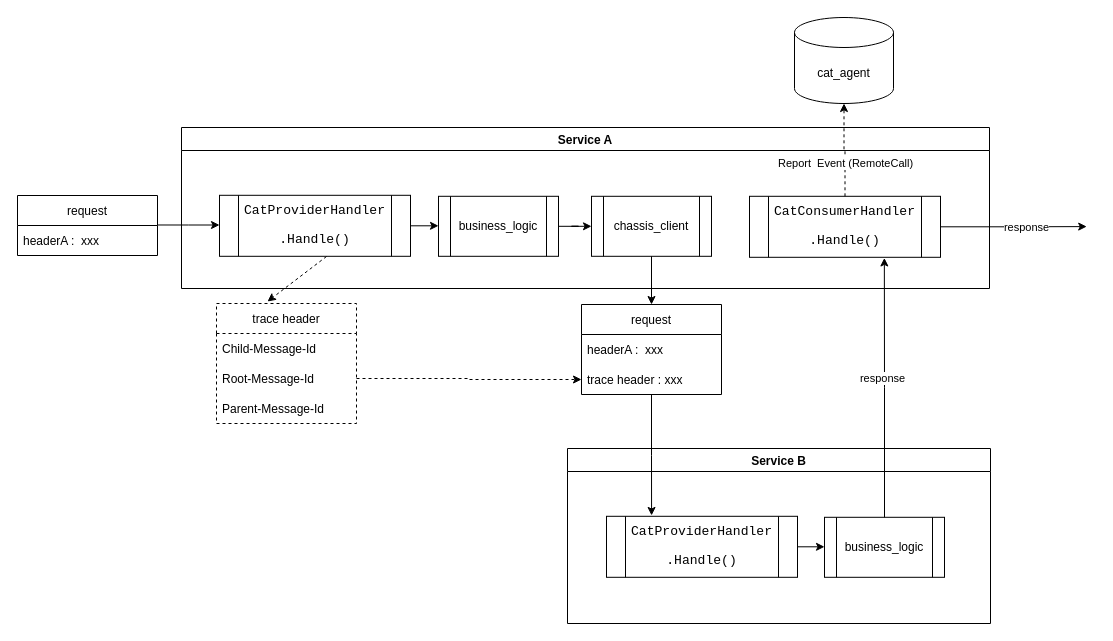
The draw.io diagram cat_chain.drawio in yindongjun/drawio-2, before the edit. Source tidied: cells renumbered, new cells numbered last; positions are measured from the earlier drawing's top-left corner, leaving out a move shared by most shapes. Both pictures are drawn from the tidied source at 100%, with x=0, y=0 at pixel (17, 17).
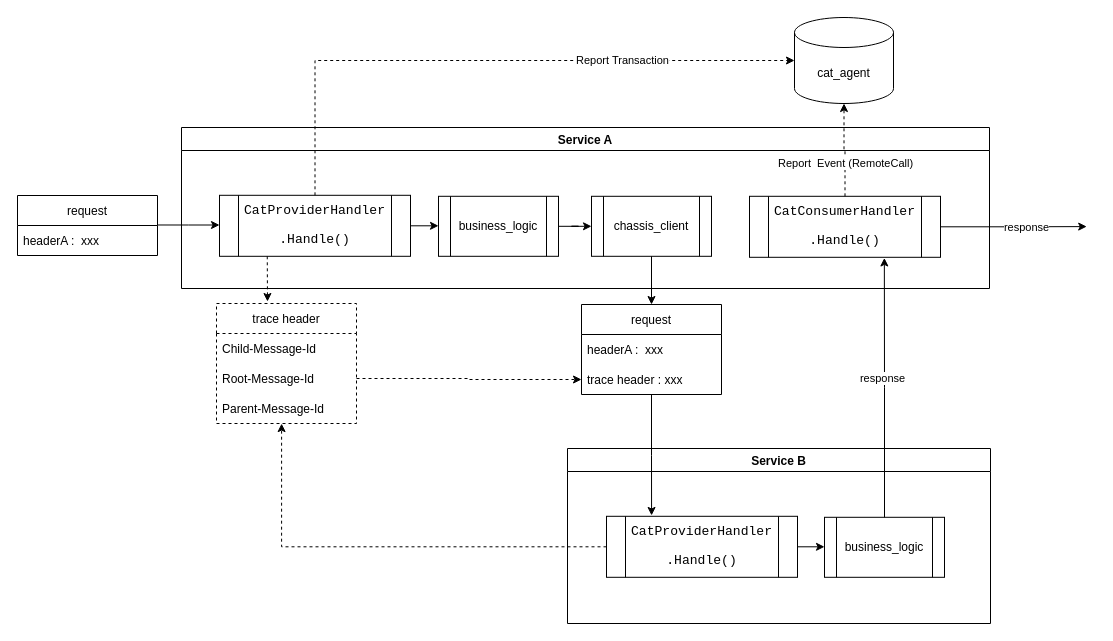
Above is the later version.

Unchanged cells that the change refers to:
```xml
<mxCell id="4" value="Service A" style="swimlane;" parent="1" vertex="1">
  <mxGeometry x="164" y="110" width="808" height="161" as="geometry" />
</mxCell>
<mxCell id="6" value="&lt;pre style=&quot;background-color: #ffffff ; color: #080808 ; font-family: &amp;#34;jetbrains mono&amp;#34; , monospace ; font-size: 9.8pt&quot;&gt;&lt;span style=&quot;color: #000000&quot;&gt;CatProviderHandler&lt;/span&gt;&lt;/pre&gt;&lt;pre style=&quot;background-color: #ffffff ; color: #080808 ; font-family: &amp;#34;jetbrains mono&amp;#34; , monospace ; font-size: 9.8pt&quot;&gt;&lt;span style=&quot;color: #000000&quot;&gt;.Handle()&lt;/span&gt;&lt;/pre&gt;" style="shape=process;whiteSpace=wrap;html=1;backgroundOutline=1;" parent="4" vertex="1">
  <mxGeometry x="38" y="67.8" width="191" height="61" as="geometry" />
</mxCell>
<mxCell id="14" value="&lt;pre style=&quot;background-color: #ffffff ; color: #080808 ; font-family: &amp;#34;jetbrains mono&amp;#34; , monospace ; font-size: 9.8pt&quot;&gt;&lt;span style=&quot;color: #000000&quot;&gt;CatProviderHandler&lt;/span&gt;&lt;/pre&gt;&lt;pre style=&quot;background-color: #ffffff ; color: #080808 ; font-family: &amp;#34;jetbrains mono&amp;#34; , monospace ; font-size: 9.8pt&quot;&gt;&lt;span style=&quot;color: #000000&quot;&gt;.Handle()&lt;/span&gt;&lt;/pre&gt;" style="shape=process;whiteSpace=wrap;html=1;backgroundOutline=1;" parent="12" vertex="1">
  <mxGeometry x="39" y="67.8" width="191" height="61" as="geometry" />
</mxCell>
<mxCell id="19" value="Parent-Message-Id" style="text;strokeColor=none;fillColor=none;align=left;verticalAlign=middle;spacingLeft=4;spacingRight=4;overflow=hidden;points=[[0,0.5],[1,0.5]];portConstraint=eastwest;dashed=1;fontColor=#000000;opacity=50;" parent="16" vertex="1">
  <mxGeometry y="90" width="140" height="30" as="geometry" />
</mxCell>
<mxCell id="29" value="cat_agent" style="shape=cylinder3;whiteSpace=wrap;html=1;boundedLbl=1;backgroundOutline=1;size=15;fontColor=#000000;gradientColor=none;" parent="1" vertex="1">
  <mxGeometry x="777" width="99" height="86" as="geometry" />
</mxCell>
```

The edit, as a diff of the source:
```diff
@@
-    <mxCell id="11" style="endArrow=classic;html=1;rounded=0;fontColor=#000000;dashed=1;" parent="4" edge="1">
+    <mxCell id="11" style="endArrow=classic;html=1;rounded=0;fontColor=#000000;dashed=1;exitX=0.25;exitY=1;exitDx=0;exitDy=0;" parent="4" edge="1" source="6">
       <mxGeometry relative="1" as="geometry">
-        <mxPoint x="145" y="129" as="sourcePoint" />
         <mxPoint x="86" y="174" as="targetPoint" />
       </mxGeometry>
     </mxCell>
+    <mxCell id="34" style="edgeStyle=orthogonalEdgeStyle;rounded=0;jettySize=auto;html=1;exitX=0;exitY=0.5;exitDx=0;exitDy=0;entryX=0.465;entryY=1.003;entryDx=0;entryDy=0;entryPerimeter=0;dashed=1;fontColor=#000000;" parent="1" edge="1" source="14" target="19">
+      <mxGeometry relative="1" as="geometry" />
+    </mxCell>
@@
+    <mxCell id="35" style="edgeStyle=orthogonalEdgeStyle;rounded=0;jettySize=auto;html=1;exitX=0.5;exitY=0;exitDx=0;exitDy=0;entryX=0;entryY=0.5;entryDx=0;entryDy=0;entryPerimeter=0;fontColor=#000000;dashed=1;" parent="1" edge="1" source="6" target="29">
+      <mxGeometry relative="1" as="geometry" />
+    </mxCell>
+    <mxCell id="36" value="Report Transaction" style="edgeLabel;html=1;align=center;verticalAlign=middle;fontColor=#000000;" parent="35" vertex="1">
+      <mxGeometry x="0.44" y="1" relative="1" as="geometry" />
+    </mxCell>
```
